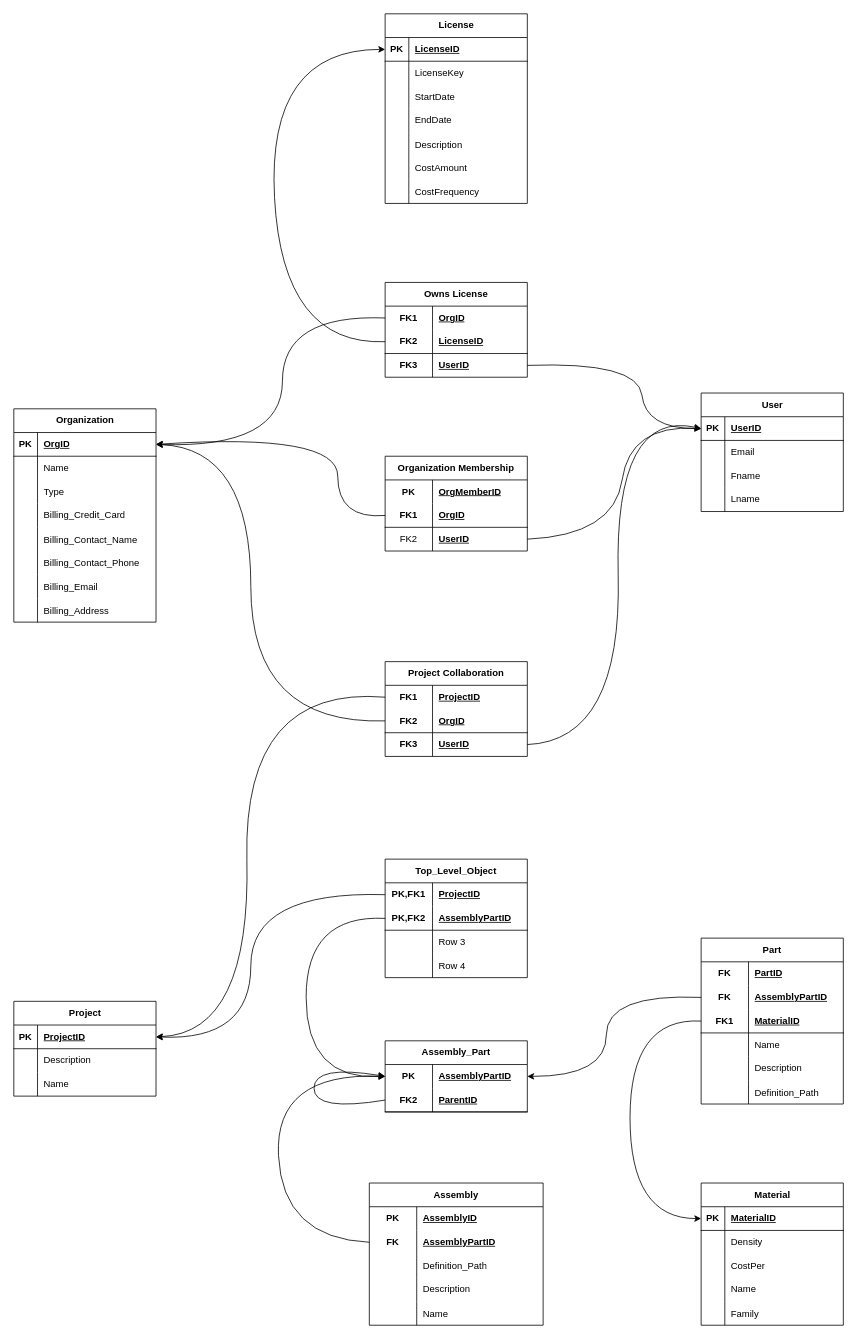
Earlier version of the draw.io diagram page "Page-2" (2 of 2) of DBfinal.drawio (EricOrrDev/Diagrams). Source tidied: cells renumbered, new cells numbered last; positions are measured from the earlier drawing's top-left corner, leaving out a move shared by most shapes. Both pictures are drawn from the tidied source at 79%, with x=0, y=0 at pixel (13, 13).
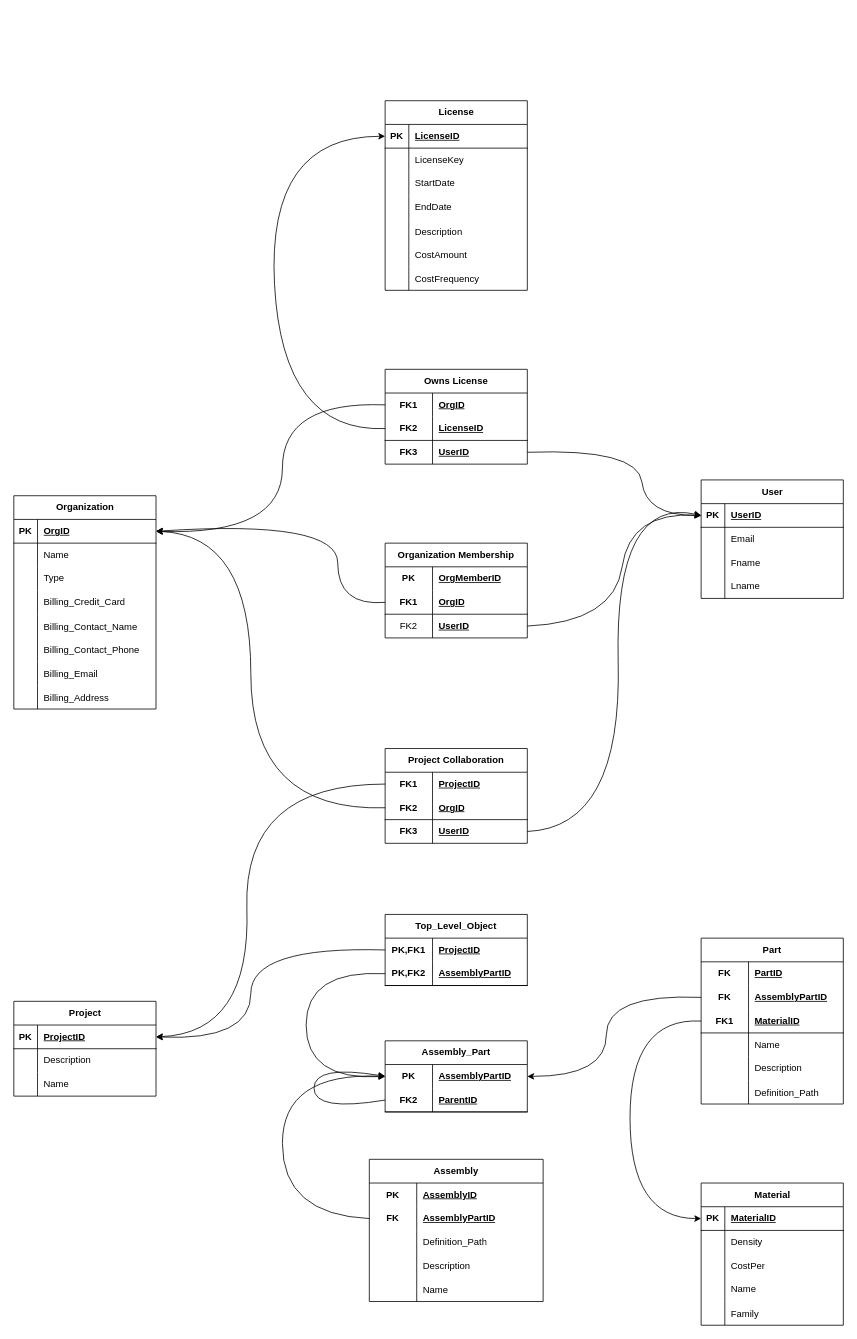
The same diagram, later.

Unchanged cells that the change refers to:
```xml
<mxCell id="3" style="shape=tableRow;horizontal=0;startSize=0;swimlaneHead=0;swimlaneBody=0;fillColor=none;points=[[0,0.5],[1,0.5]];portConstraint=eastwest;top=0;left=0;right=0;bottom=1;" parent="2" vertex="1">
  <mxGeometry y="30" width="180" height="30" as="geometry" />
</mxCell>
<mxCell id="16" style="shape=tableRow;horizontal=0;startSize=0;swimlaneHead=0;swimlaneBody=0;fillColor=none;points=[[0,0.5],[1,0.5]];portConstraint=eastwest;top=0;left=0;right=0;bottom=1;" parent="15" vertex="1">
  <mxGeometry y="30" width="180" height="30" as="geometry" />
</mxCell>
<mxCell id="38" style="shape=tableRow;horizontal=0;startSize=0;swimlaneHead=0;swimlaneBody=0;fillColor=none;points=[[0,0.5],[1,0.5]];portConstraint=eastwest;top=0;left=0;right=0;bottom=1;" parent="37" vertex="1">
  <mxGeometry y="30" width="180" height="30" as="geometry" />
</mxCell>
<mxCell id="63" style="shape=tableRow;horizontal=0;startSize=0;swimlaneHead=0;swimlaneBody=0;fillColor=none;points=[[0,0.5],[1,0.5]];portConstraint=eastwest;top=0;left=0;right=0;bottom=1;" parent="62" vertex="1">
  <mxGeometry y="30" width="180" height="30" as="geometry" />
</mxCell>
<mxCell id="112" style="shape=tableRow;horizontal=0;startSize=0;swimlaneHead=0;swimlaneBody=0;fillColor=none;points=[[0,0.5],[1,0.5]];portConstraint=eastwest;top=0;left=0;right=0;bottom=0;html=1;" parent="108" vertex="1">
  <mxGeometry y="60" width="220" height="30" as="geometry" />
</mxCell>
<mxCell id="125" style="shape=tableRow;horizontal=0;startSize=0;swimlaneHead=0;swimlaneBody=0;fillColor=none;points=[[0,0.5],[1,0.5]];portConstraint=eastwest;top=0;left=0;right=0;bottom=0;html=1;" parent="124" vertex="1">
  <mxGeometry y="30" width="180" height="30" as="geometry" />
</mxCell>
<mxCell id="133" style="shape=tableRow;horizontal=0;startSize=0;swimlaneHead=0;swimlaneBody=0;fillColor=none;points=[[0,0.5],[1,0.5]];portConstraint=eastwest;top=0;left=0;right=0;bottom=0;html=1;" parent="132" vertex="1">
  <mxGeometry y="30" width="180" height="30" as="geometry" />
</mxCell>
<mxCell id="136" style="shape=tableRow;horizontal=0;startSize=0;swimlaneHead=0;swimlaneBody=0;fillColor=none;points=[[0,0.5],[1,0.5]];portConstraint=eastwest;top=0;left=0;right=0;bottom=1;html=1;" parent="132" vertex="1">
  <mxGeometry y="60" width="180" height="30" as="geometry" />
</mxCell>
<mxCell id="150" style="shape=tableRow;horizontal=0;startSize=0;swimlaneHead=0;swimlaneBody=0;fillColor=none;points=[[0,0.5],[1,0.5]];portConstraint=eastwest;top=0;left=0;right=0;bottom=1;html=1;" parent="146" vertex="1">
  <mxGeometry y="60" width="180" height="30" as="geometry" />
</mxCell>
<mxCell id="153" style="shape=tableRow;horizontal=0;startSize=0;swimlaneHead=0;swimlaneBody=0;fillColor=none;points=[[0,0.5],[1,0.5]];portConstraint=eastwest;top=0;left=0;right=0;bottom=0;" parent="146" vertex="1">
  <mxGeometry y="90" width="180" height="30" as="geometry" />
</mxCell>
<mxCell id="159" style="shape=tableRow;horizontal=0;startSize=0;swimlaneHead=0;swimlaneBody=0;fillColor=none;points=[[0,0.5],[1,0.5]];portConstraint=eastwest;top=0;left=0;right=0;bottom=0;html=1;" parent="158" vertex="1">
  <mxGeometry y="30" width="180" height="30" as="geometry" />
</mxCell>
<mxCell id="162" style="shape=tableRow;horizontal=0;startSize=0;swimlaneHead=0;swimlaneBody=0;fillColor=none;points=[[0,0.5],[1,0.5]];portConstraint=eastwest;top=0;left=0;right=0;bottom=1;html=1;" parent="158" vertex="1">
  <mxGeometry y="60" width="180" height="30" as="geometry" />
</mxCell>
<mxCell id="165" style="shape=tableRow;horizontal=0;startSize=0;swimlaneHead=0;swimlaneBody=0;fillColor=none;points=[[0,0.5],[1,0.5]];portConstraint=eastwest;top=0;left=0;right=0;bottom=0;" parent="158" vertex="1">
  <mxGeometry y="90" width="180" height="30" as="geometry" />
</mxCell>
<mxCell id="172" style="shape=tableRow;horizontal=0;startSize=0;swimlaneHead=0;swimlaneBody=0;fillColor=none;points=[[0,0.5],[1,0.5]];portConstraint=eastwest;top=0;left=0;right=0;bottom=0;html=1;" parent="171" vertex="1">
  <mxGeometry y="30" width="180" height="30" as="geometry" />
</mxCell>
<mxCell id="175" style="shape=tableRow;horizontal=0;startSize=0;swimlaneHead=0;swimlaneBody=0;fillColor=none;points=[[0,0.5],[1,0.5]];portConstraint=eastwest;top=0;left=0;right=0;bottom=1;html=1;" parent="171" vertex="1">
  <mxGeometry y="60" width="180" height="30" as="geometry" />
</mxCell>
<mxCell id="178" style="shape=tableRow;horizontal=0;startSize=0;swimlaneHead=0;swimlaneBody=0;fillColor=none;points=[[0,0.5],[1,0.5]];portConstraint=eastwest;top=0;left=0;right=0;bottom=0;" parent="171" vertex="1">
  <mxGeometry y="90" width="180" height="30" as="geometry" />
</mxCell>
```

What changed in the source:
```diff
@@
     <mxCell id="2" value="User" style="shape=table;startSize=30;childLayout=tableLayout;rowLines=0;fontStyle=1;align=center;html=1;" parent="1" vertex="1">
-      <mxGeometry x="870" y="480" width="180" height="150" as="geometry" />
+      <mxGeometry x="870" y="590" width="180" height="150" as="geometry" />
     </mxCell>
@@
     <mxCell id="15" value="License" style="shape=table;startSize=30;childLayout=tableLayout;rowLines=0;fontStyle=1;align=center;html=1;" parent="1" vertex="1">
-      <mxGeometry x="470" width="180" height="240" as="geometry" />
+      <mxGeometry x="470" y="110" width="180" height="240" as="geometry" />
     </mxCell>
@@
     <mxCell id="37" value="Organization" style="shape=table;startSize=30;childLayout=tableLayout;rowLines=0;fontStyle=1;align=center;html=1;" parent="1" vertex="1">
-      <mxGeometry y="500" width="180" height="270" as="geometry" />
+      <mxGeometry y="610" width="180" height="270" as="geometry" />
     </mxCell>
@@
     <mxCell id="108" value="Assembly" style="shape=table;startSize=30;childLayout=tableLayout;rowLines=0;fontStyle=1;align=center;html=1;whiteSpace=wrap;" parent="1" vertex="1">
-      <mxGeometry x="450" y="1480" width="220" height="180" as="geometry" />
+      <mxGeometry x="450" y="1450" width="220" height="180" as="geometry" />
     </mxCell>
@@
     <mxCell id="132" value="Top_Level_Object" style="shape=table;startSize=30;childLayout=tableLayout;rowLines=0;fontStyle=1;align=center;html=1;whiteSpace=wrap;" parent="1" vertex="1">
-      <mxGeometry x="470" y="1070" width="180" height="150" as="geometry" />
+      <mxGeometry x="470" y="1140" width="180" height="90" as="geometry" />
     </mxCell>
@@
-    <mxCell id="139" style="shape=tableRow;horizontal=0;startSize=0;swimlaneHead=0;swimlaneBody=0;fillColor=none;top=0;left=0;right=0;bottom=0;html=1;" parent="132" vertex="1">
-      <mxGeometry y="90" width="180" height="30" as="geometry" />
-    </mxCell>
-    <mxCell id="140" style="shape=partialRectangle;fillColor=none;top=0;left=0;bottom=0;right=0;overflow=hidden;html=1;whiteSpace=wrap;" parent="139" vertex="1">
-      <mxGeometry width="60" height="30" as="geometry" />
-    </mxCell>
-    <mxCell id="141" value="Row 3" style="shape=partialRectangle;fillColor=none;top=0;left=0;bottom=0;right=0;align=left;spacingLeft=6;overflow=hidden;html=1;whiteSpace=wrap;" parent="139" vertex="1">
-      <mxGeometry x="60" width="120" height="30" as="geometry" />
-    </mxCell>
-    <mxCell id="142" style="shape=tableRow;horizontal=0;startSize=0;swimlaneHead=0;swimlaneBody=0;fillColor=none;top=0;left=0;right=0;bottom=0;html=1;" parent="132" vertex="1">
-      <mxGeometry y="120" width="180" height="30" as="geometry" />
-    </mxCell>
-    <mxCell id="143" style="shape=partialRectangle;fillColor=none;top=0;left=0;bottom=0;right=0;overflow=hidden;html=1;whiteSpace=wrap;" parent="142" vertex="1">
-      <mxGeometry width="60" height="30" as="geometry" />
-    </mxCell>
-    <mxCell id="144" value="Row 4" style="shape=partialRectangle;fillColor=none;top=0;left=0;bottom=0;right=0;align=left;spacingLeft=6;overflow=hidden;html=1;whiteSpace=wrap;" parent="142" vertex="1">
-      <mxGeometry x="60" width="120" height="30" as="geometry" />
-    </mxCell>
     <mxCell id="145" style="curved=1;endArrow=classic;html=1;rounded=0;exitX=0;exitY=0.5;exitDx=0;exitDy=0;entryX=1;entryY=0.5;entryDx=0;entryDy=0;" parent="1" edge="1" source="133" target="63">
       <mxGeometry relative="1" as="geometry">
         <Array as="points">
-          <mxPoint x="300" y="1110" />
+          <mxPoint x="300" y="1180" />
           <mxPoint x="300" y="1300" />
         </Array>
       </mxGeometry>
     </mxCell>
     <mxCell id="146" value="Organization Membership" style="shape=table;startSize=30;childLayout=tableLayout;rowLines=0;fontStyle=1;align=center;html=1;whiteSpace=wrap;" parent="1" vertex="1">
-      <mxGeometry x="470" y="560" width="180" height="120" as="geometry" />
+      <mxGeometry x="470" y="670" width="180" height="120" as="geometry" />
     </mxCell>
@@
     <mxCell id="156" style="curved=1;endArrow=classic;html=1;rounded=0;exitX=1;exitY=0.5;exitDx=0;exitDy=0;entryX=0;entryY=0.5;entryDx=0;entryDy=0;" parent="1" edge="1" source="153" target="3">
       <mxGeometry relative="1" as="geometry">
         <Array as="points">
-          <mxPoint x="760" y="660" />
-          <mxPoint x="780" y="520" />
+          <mxPoint x="760" y="770" />
+          <mxPoint x="780" y="630" />
         </Array>
       </mxGeometry>
     </mxCell>
     <mxCell id="157" style="curved=1;endArrow=classic;html=1;rounded=0;exitX=0;exitY=0.5;exitDx=0;exitDy=0;entryX=1;entryY=0.5;entryDx=0;entryDy=0;" parent="1" edge="1" source="150" target="38">
       <mxGeometry relative="1" as="geometry">
         <Array as="points">
+          <mxPoint x="410" y="750" />
           <mxPoint x="410" y="640" />
-          <mxPoint x="410" y="530" />
         </Array>
       </mxGeometry>
     </mxCell>
     <mxCell id="158" value="Owns License" style="shape=table;startSize=30;childLayout=tableLayout;rowLines=0;fontStyle=1;align=center;html=1;whiteSpace=wrap;" parent="1" vertex="1">
-      <mxGeometry x="470" y="340" width="180" height="120" as="geometry" />
+      <mxGeometry x="470" y="450" width="180" height="120" as="geometry" />
     </mxCell>
@@
     <mxCell id="168" style="curved=1;endArrow=classic;html=1;rounded=0;exitX=0;exitY=0.5;exitDx=0;exitDy=0;entryX=1;entryY=0.5;entryDx=0;entryDy=0;" parent="1" edge="1" source="159" target="38">
       <mxGeometry relative="1" as="geometry">
         <Array as="points">
-          <mxPoint x="340" y="380" />
-          <mxPoint x="340" y="550" />
+          <mxPoint x="340" y="490" />
+          <mxPoint x="340" y="660" />
         </Array>
       </mxGeometry>
     </mxCell>
     <mxCell id="169" style="curved=1;endArrow=classic;html=1;rounded=0;entryX=0;entryY=0.5;entryDx=0;entryDy=0;exitX=0;exitY=0.5;exitDx=0;exitDy=0;" parent="1" edge="1" source="162" target="16">
       <mxGeometry relative="1" as="geometry">
         <Array as="points">
-          <mxPoint x="340" y="420" />
-          <mxPoint x="320" y="45" />
+          <mxPoint x="340" y="530" />
+          <mxPoint x="320" y="155" />
         </Array>
       </mxGeometry>
     </mxCell>
     <mxCell id="170" style="curved=1;endArrow=classic;html=1;rounded=0;exitX=1;exitY=0.5;exitDx=0;exitDy=0;entryX=0;entryY=0.5;entryDx=0;entryDy=0;" parent="1" edge="1" source="165" target="3">
       <mxGeometry relative="1" as="geometry">
         <Array as="points">
-          <mxPoint x="790" y="440" />
-          <mxPoint x="800" y="525" />
+          <mxPoint x="790" y="550" />
+          <mxPoint x="800" y="635" />
         </Array>
       </mxGeometry>
     </mxCell>
     <mxCell id="171" value="Project Collaboration" style="shape=table;startSize=30;childLayout=tableLayout;rowLines=0;fontStyle=1;align=center;html=1;whiteSpace=wrap;" parent="1" vertex="1">
-      <mxGeometry x="470" y="820" width="180" height="120" as="geometry" />
+      <mxGeometry x="470" y="930" width="180" height="120" as="geometry" />
     </mxCell>
@@
     <mxCell id="181" style="curved=1;endArrow=classic;html=1;rounded=0;exitX=1;exitY=0.5;exitDx=0;exitDy=0;entryX=0;entryY=0.5;entryDx=0;entryDy=0;" parent="1" edge="1" source="178" target="3">
       <mxGeometry relative="1" as="geometry">
         <Array as="points">
-          <mxPoint x="770" y="920" />
-          <mxPoint x="760" y="500" />
+          <mxPoint x="770" y="1030" />
+          <mxPoint x="760" y="610" />
         </Array>
       </mxGeometry>
     </mxCell>
     <mxCell id="182" style="curved=1;endArrow=classic;html=1;rounded=0;exitX=0;exitY=0.5;exitDx=0;exitDy=0;entryX=1;entryY=0.5;entryDx=0;entryDy=0;" parent="1" edge="1" source="175" target="38">
       <mxGeometry relative="1" as="geometry">
         <Array as="points">
-          <mxPoint x="300" y="900" />
-          <mxPoint x="300" y="550" />
+          <mxPoint x="300" y="1010" />
+          <mxPoint x="300" y="660" />
         </Array>
       </mxGeometry>
     </mxCell>
     <mxCell id="183" style="curved=1;endArrow=classic;html=1;rounded=0;exitX=0;exitY=0.5;exitDx=0;exitDy=0;entryX=1;entryY=0.5;entryDx=0;entryDy=0;" parent="1" edge="1" source="172" target="63">
       <mxGeometry relative="1" as="geometry">
         <Array as="points">
-          <mxPoint x="290" y="850" />
+          <mxPoint x="290" y="975" />
           <mxPoint x="300" y="1290" />
         </Array>
       </mxGeometry>
     </mxCell>
     <mxCell id="184" style="curved=1;endArrow=classic;html=1;rounded=0;exitX=0;exitY=0.5;exitDx=0;exitDy=0;entryX=0;entryY=0.5;entryDx=0;entryDy=0;" parent="1" edge="1" source="112" target="125">
       <mxGeometry relative="1" as="geometry">
         <Array as="points">
-          <mxPoint x="340" y="1550" />
-          <mxPoint x="330" y="1340" />
+          <mxPoint x="340" y="1520" />
+          <mxPoint x="340" y="1340" />
         </Array>
       </mxGeometry>
     </mxCell>
     <mxCell id="185" style="curved=1;endArrow=classic;html=1;rounded=0;exitX=0;exitY=0.5;exitDx=0;exitDy=0;entryX=0;entryY=0.5;entryDx=0;entryDy=0;" parent="1" edge="1" source="136" target="125">
       <mxGeometry relative="1" as="geometry">
         <Array as="points">
-          <mxPoint x="370" y="1140" />
+          <mxPoint x="370" y="1210" />
           <mxPoint x="370" y="1350" />
         </Array>
       </mxGeometry>
     </mxCell>
```
